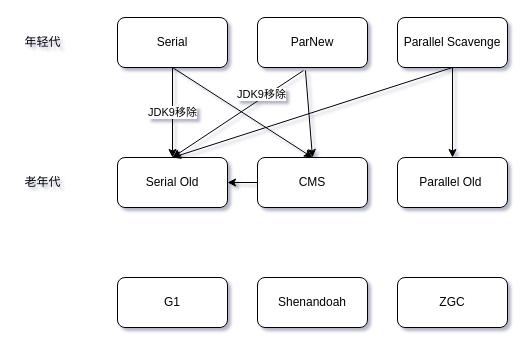
Before: Untitled Diagram.drawio in DrYaoHongBin/git-test, a draw.io diagram. Source tidied: cells renumbered, new cells numbered last; positions are measured from the earlier drawing's top-left corner, leaving out a move shared by most shapes. Both pictures are drawn from the tidied source at 100%, with x=0, y=0 at pixel (17, 17).
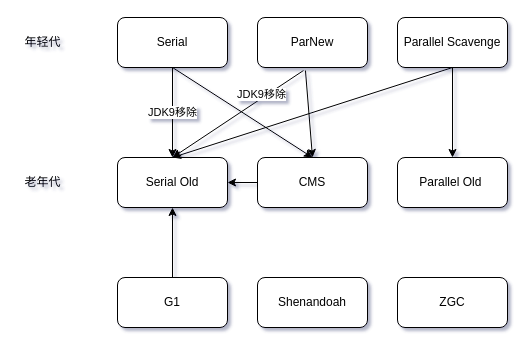
The same diagram, later.

The change refers to these unchanged cells:
```xml
<mxCell id="7" value="Serial Old" style="rounded=1;whiteSpace=wrap;html=1;" parent="1" vertex="1">
  <mxGeometry x="100" y="140" width="110" height="50" as="geometry" />
</mxCell>
<mxCell id="11" value="G1" style="rounded=1;whiteSpace=wrap;html=1;" parent="1" vertex="1">
  <mxGeometry x="100" y="260" width="110" height="50" as="geometry" />
</mxCell>
```

What changed in the source:
```diff
@@
+    <mxCell id="21" style="endArrow=classic;html=1;rounded=1;exitX=0.5;exitY=0;exitDx=0;exitDy=0;" parent="1" edge="1" source="11" target="7">
+      <mxGeometry relative="1" as="geometry" />
+    </mxCell>
```
